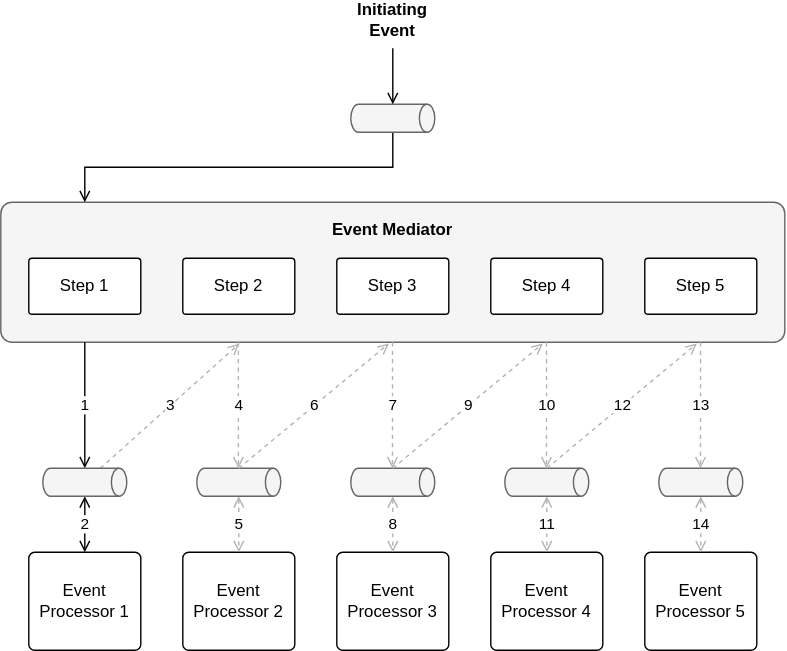
Above: static/img/book-event-mediator.svg in gabrielpascua/gabrielpascua.com (draw.io), before the change. Source tidied: cells renumbered, new cells last; positions are measured from the earlier drawing's top-left corner, leaving out a move shared by most shapes.
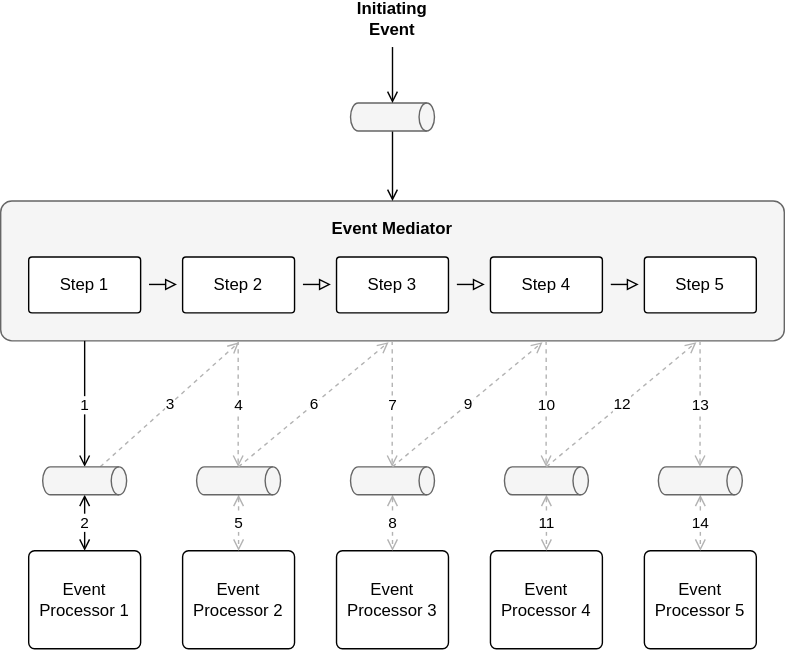
Above is the later version.

Change to the diagram source:
```diff
@@ -136,10 +136,8 @@
         </Array>
       </mxGeometry>
     </mxCell>
-    <mxCell id="33" style="edgeStyle=orthogonalEdgeStyle;rounded=0;jettySize=auto;html=1;startArrow=none;startFill=0;endArrow=open;endFill=0;strokeColor=#000000;exitX=0.5;exitY=1;exitDx=0;exitDy=0;exitPerimeter=0;" parent="1" edge="1" source="34">
-      <mxGeometry relative="1" as="geometry">
-        <mxPoint x="60" y="140" as="targetPoint" />
-      </mxGeometry>
+    <mxCell id="33" style="edgeStyle=orthogonalEdgeStyle;rounded=0;jettySize=auto;html=1;startArrow=none;startFill=0;endArrow=open;endFill=0;strokeColor=#000000;exitX=0.5;exitY=1;exitDx=0;exitDy=0;exitPerimeter=0;entryX=0.5;entryY=0;entryDx=0;entryDy=0;" parent="1" edge="1" source="34" target="2">
+      <mxGeometry relative="1" as="geometry" />
     </mxCell>
     <mxCell id="34" style="strokeWidth=1;html=1;shape=mxgraph.flowchart.direct_data;whiteSpace=wrap;fillColor=#f5f5f5;strokeColor=#666666;fontColor=#333333;" parent="1" vertex="1">
       <mxGeometry x="250" y="70" width="60" height="20" as="geometry" />
@@ -152,5 +150,29 @@
     <mxCell id="36" value="Initiating&lt;br&gt;Event" style="text;html=1;strokeColor=none;fillColor=none;align=center;verticalAlign=middle;whiteSpace=wrap;rounded=0;fontStyle=1;" parent="1" vertex="1">
       <mxGeometry x="260" width="40" height="20" as="geometry" />
     </mxCell>
+    <mxCell id="37" style="endArrow=block;html=1;endWidth=7.2;endFill=0;" parent="1" edge="1">
+      <mxGeometry relative="1" as="geometry">
+        <mxPoint x="106" y="199.7" as="sourcePoint" />
+        <mxPoint x="126" y="199.7" as="targetPoint" />
+      </mxGeometry>
+    </mxCell>
+    <mxCell id="38" style="endArrow=block;html=1;endWidth=7.2;endFill=0;" parent="1" edge="1">
+      <mxGeometry relative="1" as="geometry">
+        <mxPoint x="216" y="199.7" as="sourcePoint" />
+        <mxPoint x="236" y="199.7" as="targetPoint" />
+      </mxGeometry>
+    </mxCell>
+    <mxCell id="39" style="endArrow=block;html=1;endWidth=7.2;endFill=0;" parent="1" edge="1">
+      <mxGeometry relative="1" as="geometry">
+        <mxPoint x="326" y="199.7" as="sourcePoint" />
+        <mxPoint x="346" y="199.7" as="targetPoint" />
+      </mxGeometry>
+    </mxCell>
+    <mxCell id="40" style="endArrow=block;html=1;endWidth=7.2;endFill=0;" parent="1" edge="1">
+      <mxGeometry relative="1" as="geometry">
+        <mxPoint x="436" y="199.7" as="sourcePoint" />
+        <mxPoint x="456" y="199.7" as="targetPoint" />
+      </mxGeometry>
+    </mxCell>
   </root>
 </mxGraphModel>
```
